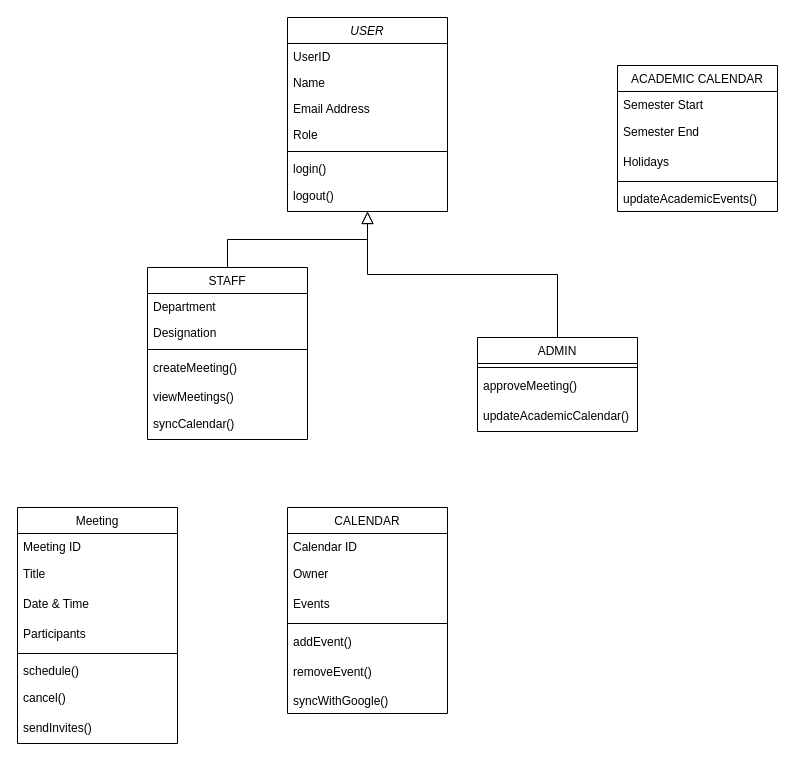
The draw.io diagram Untitled Diagram.drawio in sreehitha8787/SE-LAB5, before the edit. Source tidied: cells renumbered, new cells numbered last; positions are measured from the earlier drawing's top-left corner, leaving out a move shared by most shapes. Both pictures are drawn from the tidied source at 100%, with x=0, y=0 at pixel (17, 17).
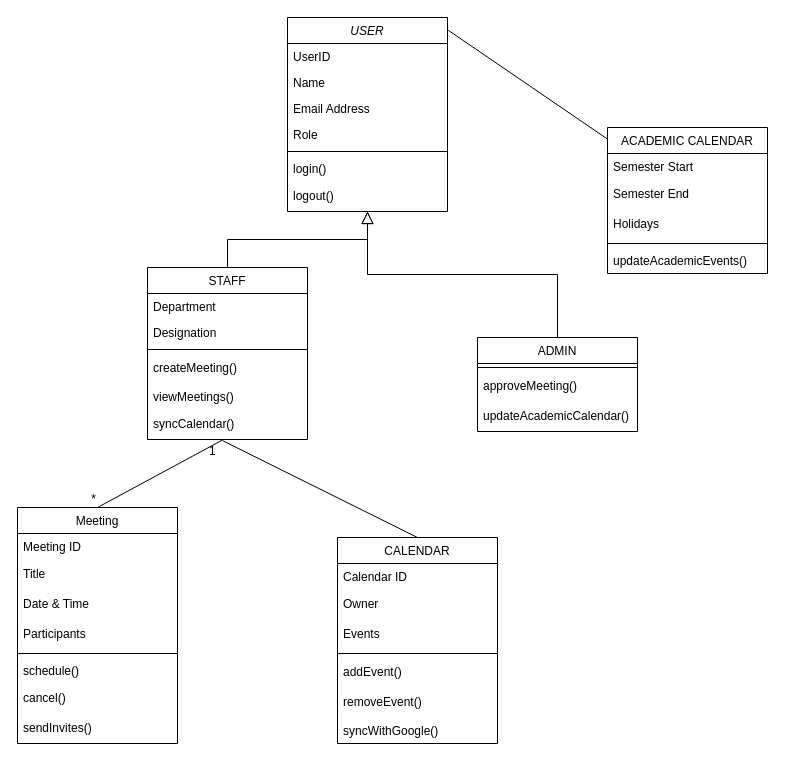
The same page after the edit.

The change refers to these unchanged cells:
```xml
<mxCell id="2" value="USER" style="swimlane;fontStyle=2;align=center;verticalAlign=top;horizontal=1;startSize=26;rounded=0;shadow=0;strokeWidth=1;" parent="1" vertex="1">
  <mxGeometry x="270" width="160" height="194" as="geometry" />
</mxCell>
<mxCell id="16" value="syncCalendar()" style="text;strokeColor=none;fillColor=none;align=left;verticalAlign=middle;spacingLeft=4;spacingRight=4;overflow=hidden;points=[[0,0.5],[1,0.5]];portConstraint=eastwest;whiteSpace=wrap;html=1;" parent="10" vertex="1">
  <mxGeometry y="142" width="160" height="30" as="geometry" />
</mxCell>
<mxCell id="23" value="&lt;span style=&quot;font-weight: normal;&quot;&gt;Meeting&lt;/span&gt;" style="swimlane;fontStyle=1;align=center;verticalAlign=top;horizontal=1;startSize=26;whiteSpace=wrap;html=1;" parent="1" vertex="1">
  <mxGeometry y="490" width="160" height="236" as="geometry" />
</mxCell>
```

What changed in the source:
```diff
@@
     <mxCell id="32" value="&lt;span style=&quot;font-weight: normal;&quot;&gt;CALENDAR&lt;/span&gt;" style="swimlane;fontStyle=1;align=center;verticalAlign=top;horizontal=1;startSize=26;whiteSpace=wrap;html=1;" parent="1" vertex="1">
-      <mxGeometry x="270" y="490" width="160" height="206" as="geometry" />
+      <mxGeometry x="320" y="520" width="160" height="206" as="geometry" />
     </mxCell>
@@
     <mxCell id="40" value="&lt;span style=&quot;font-weight: normal;&quot;&gt;ACADEMIC CALENDAR&lt;/span&gt;" style="swimlane;fontStyle=1;align=center;verticalAlign=top;horizontal=1;startSize=26;whiteSpace=wrap;html=1;" parent="1" vertex="1">
-      <mxGeometry x="600" y="48" width="160" height="146" as="geometry" />
+      <mxGeometry x="590" y="110" width="160" height="146" as="geometry" />
     </mxCell>
@@
+    <mxCell id="46" style="endArrow=none;html=1;rounded=0;exitX=0.5;exitY=0;exitDx=0;exitDy=0;entryX=0.47;entryY=1.04;entryDx=0;entryDy=0;entryPerimeter=0;" parent="1" edge="1" source="32" target="16">
+      <mxGeometry relative="1" as="geometry" />
+    </mxCell>
+    <mxCell id="47" style="endArrow=none;html=1;rounded=0;entryX=0.5;entryY=0;entryDx=0;entryDy=0;exitX=0.47;exitY=1.013;exitDx=0;exitDy=0;exitPerimeter=0;" parent="1" edge="1" source="16" target="23">
+      <mxGeometry relative="1" as="geometry" />
+    </mxCell>
+    <mxCell id="48" value="1" style="html=1;whiteSpace=wrap;align=left;verticalAlign=bottom;" parent="47" vertex="1">
+      <mxGeometry x="-1" relative="1" as="geometry">
+        <mxPoint x="-15" y="20" as="offset" />
+      </mxGeometry>
+    </mxCell>
+    <mxCell id="49" value="*" style="html=1;whiteSpace=wrap;align=right;verticalAlign=bottom;" parent="47" vertex="1">
+      <mxGeometry x="1" relative="1" as="geometry" />
+    </mxCell>
+    <mxCell id="50" style="endArrow=none;html=1;rounded=0;exitX=1.005;exitY=0.066;exitDx=0;exitDy=0;exitPerimeter=0;entryX=-0.003;entryY=0.077;entryDx=0;entryDy=0;entryPerimeter=0;" parent="1" edge="1" source="2" target="40">
+      <mxGeometry relative="1" as="geometry" />
+    </mxCell>
```
